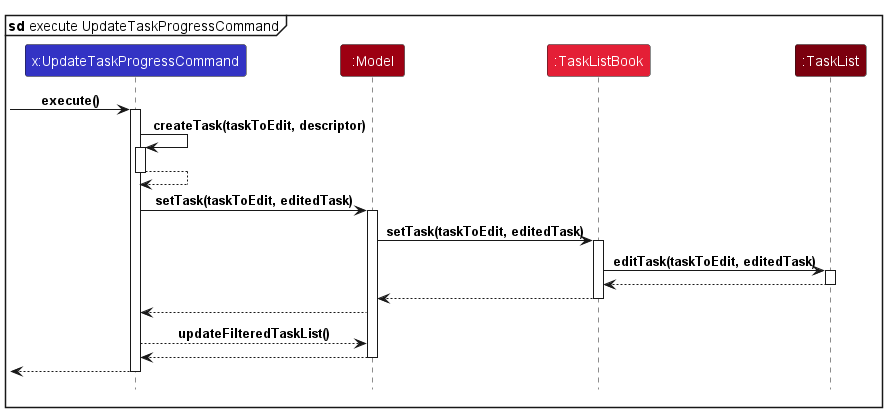
Before: images/UpdateTaskProgressSequenceDiagram.png, a diagram exported from PlantUML (Respirayson/tp). Its diagram source:
```plantuml
@startuml
!include style.puml

mainframe **sd** execute UpdateTaskProgressCommand

participant "x:UpdateTaskProgressCommand" as UpdateTaskProgressCommand LOGIC_COLOR

participant ":Model" as Model MODEL_COLOR

participant ":TaskListBook" as TaskListBook MODEL_COLOR_T2

participant ":TaskList" as TaskList MODEL_COLOR_T3


[-> UpdateTaskProgressCommand : execute()
activate UpdateTaskProgressCommand

UpdateTaskProgressCommand -> UpdateTaskProgressCommand : createTask(taskToEdit, descriptor)
activate UpdateTaskProgressCommand

UpdateTaskProgressCommand ---> UpdateTaskProgressCommand
deactivate UpdateTaskProgressCommand

UpdateTaskProgressCommand -> Model : setTask(taskToEdit, editedTask)
activate Model

Model -> TaskListBook : setTask(taskToEdit, editedTask)
activate TaskListBook

TaskListBook -> TaskList : editTask(taskToEdit, editedTask)
activate TaskList

TaskList ---> TaskListBook
deactivate TaskList

TaskListBook ---> Model
deactivate TaskListBook

Model --> UpdateTaskProgressCommand

UpdateTaskProgressCommand --> Model : updateFilteredTaskList()

Model ---> UpdateTaskProgressCommand
deactivate Model

[<-- UpdateTaskProgressCommand
deactivate UpdateTaskProgressCommand

@enduml
```
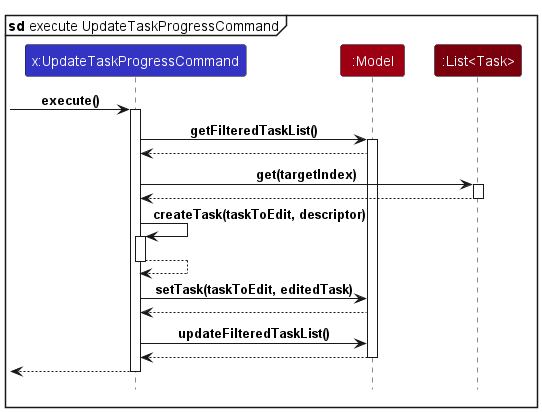
The same diagram one commit later.

Change to the diagram source:
```diff
@@ -7,13 +7,21 @@
 
 participant ":Model" as Model MODEL_COLOR
 
-participant ":TaskListBook" as TaskListBook MODEL_COLOR_T2
-
-participant ":TaskList" as TaskList MODEL_COLOR_T3
-
+participant ":List<Task>" as TaskList MODEL_COLOR_T3
 
 [-> UpdateTaskProgressCommand : execute()
 activate UpdateTaskProgressCommand
+
+UpdateTaskProgressCommand -> Model : getFilteredTaskList()
+activate Model
+
+Model --> UpdateTaskProgressCommand
+
+UpdateTaskProgressCommand -> TaskList : get(targetIndex)
+activate TaskList
+
+TaskList --> UpdateTaskProgressCommand
+deactivate TaskList
 
 UpdateTaskProgressCommand -> UpdateTaskProgressCommand : createTask(taskToEdit, descriptor)
 activate UpdateTaskProgressCommand
@@ -22,23 +30,10 @@
 deactivate UpdateTaskProgressCommand
 
 UpdateTaskProgressCommand -> Model : setTask(taskToEdit, editedTask)
-activate Model
-
-Model -> TaskListBook : setTask(taskToEdit, editedTask)
-activate TaskListBook
-
-TaskListBook -> TaskList : editTask(taskToEdit, editedTask)
-activate TaskList
-
-TaskList ---> TaskListBook
-deactivate TaskList
-
-TaskListBook ---> Model
-deactivate TaskListBook
 
 Model --> UpdateTaskProgressCommand
 
-UpdateTaskProgressCommand --> Model : updateFilteredTaskList()
+UpdateTaskProgressCommand -> Model : updateFilteredTaskList()
 
 Model ---> UpdateTaskProgressCommand
 deactivate Model
```
